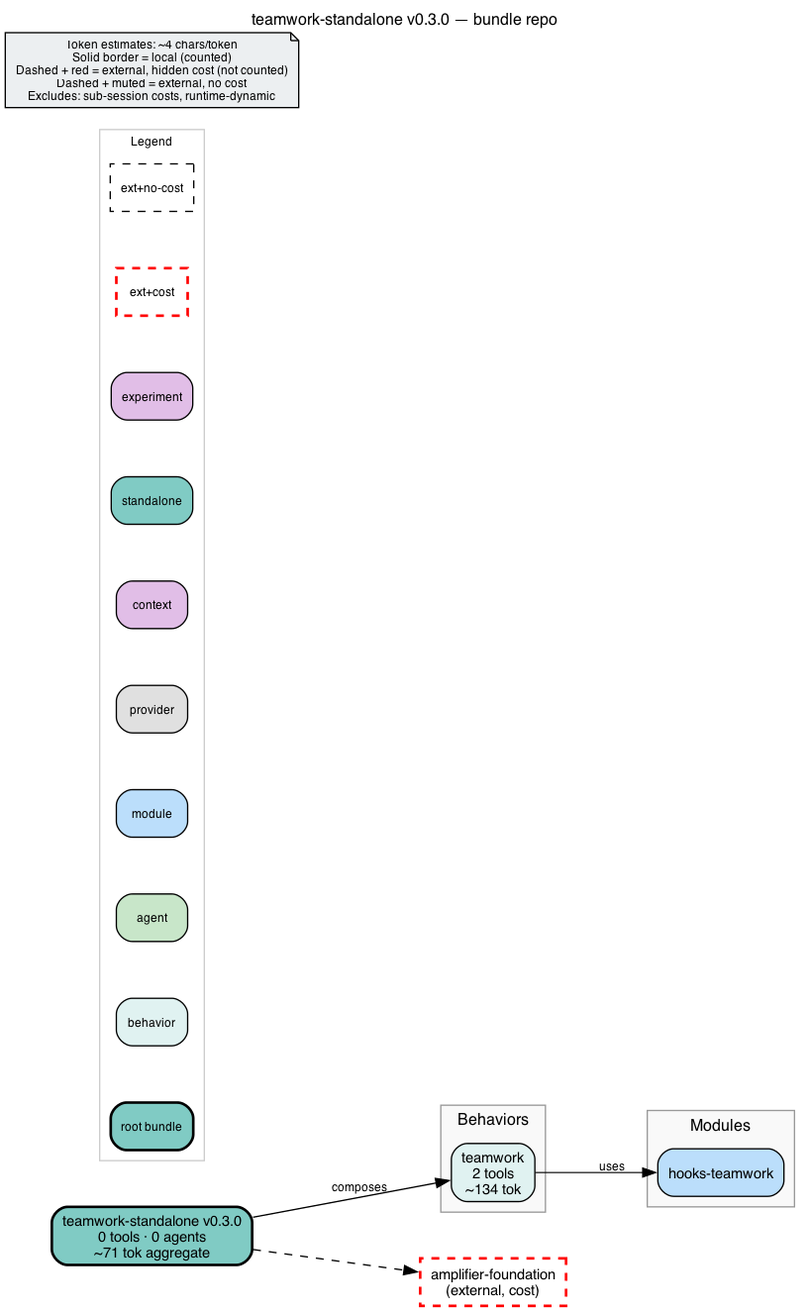
The Graphviz diagram bundle.png in michaeljabbour/amplifier-bundle-teamwork, before a commit. Its source is kept beside it as bundle.dot.
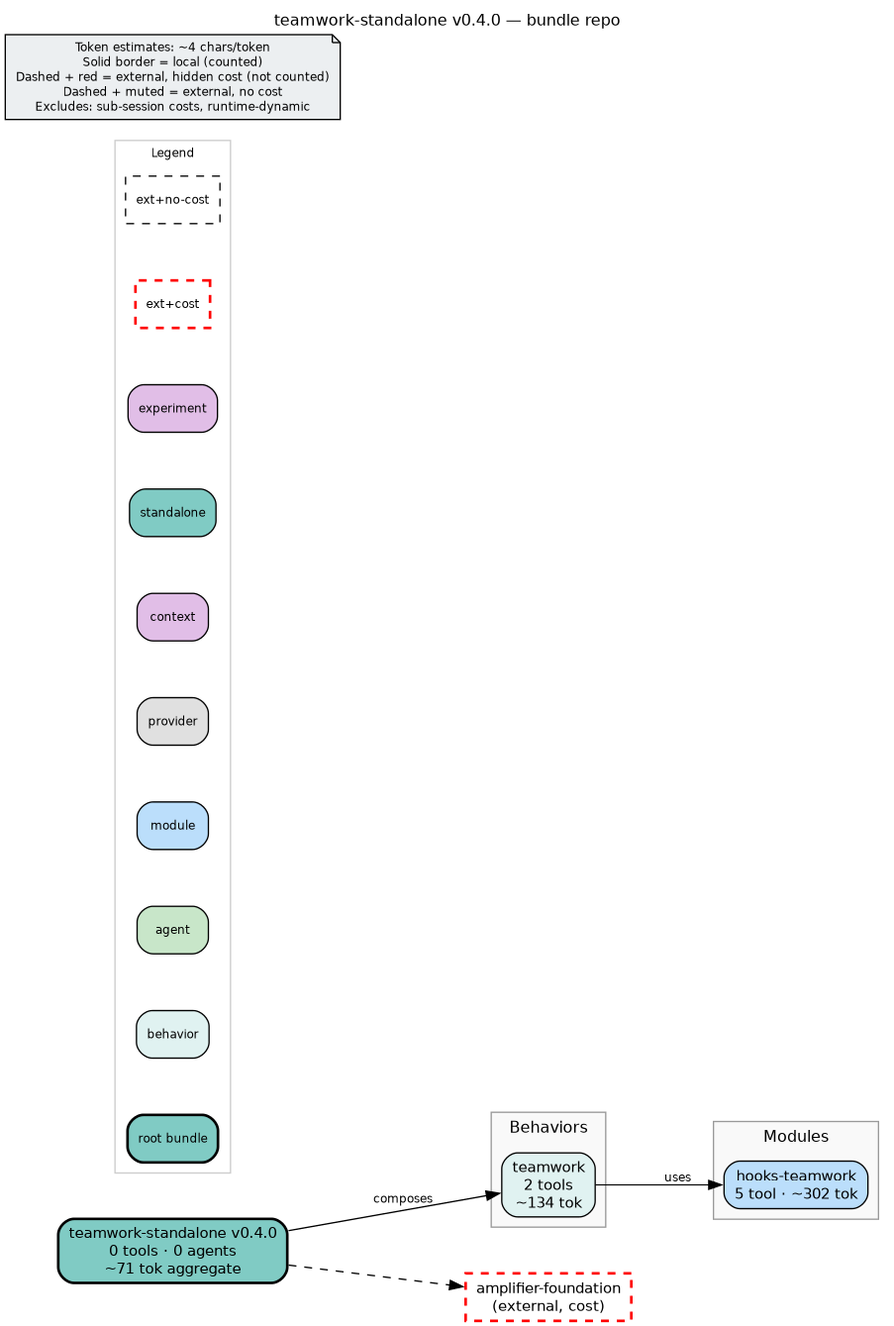
The same diagram one commit later.

What changed in the source:
```diff
@@ -2,18 +2,18 @@
     rankdir=LR
     fontname="Helvetica"
     fontsize=12
-    label="teamwork-standalone v0.3.0 — bundle repo"
+    label="teamwork-standalone v0.4.0 — bundle repo"
     labelloc=t
     labeljust=c
     nodesep=0.6
     ranksep=0.7
     bgcolor="white"
-    source_hash="924d3d3b1adaec8e16d0bb4909327b8821f710ef4117e92448934773bf1b78e9"
+    source_hash="30fb5d353524ac29c5bdc5ec9f74e894803983af7f8f5dc972e371d5d6945a7a"
 
     node [fontname="Helvetica", fontsize=11, style="filled,rounded"]
     edge [fontname="Helvetica", fontsize=9]
 
-    root_teamwork_standalone [label="teamwork-standalone v0.3.0\n0 tools · 0 agents\n~71 tok aggregate", shape=box, fillcolor="#80cbc4", style="filled,rounded,bold", penwidth=2]
+    root_teamwork_standalone [label="teamwork-standalone v0.4.0\n0 tools · 0 agents\n~71 tok aggregate", shape=box, fillcolor="#80cbc4", style="filled,rounded,bold", penwidth=2]
 
     subgraph cluster_behaviors {
         label="Behaviors"
@@ -30,7 +30,7 @@
         fillcolor="#f9f9f9"
         color="#999999"
 
-        mod_hooks_teamwork [label="hooks-teamwork", shape=box, fillcolor="#bbdefb", style="filled,rounded"]
+        mod_hooks_teamwork [label="hooks-teamwork\n5 tool · ~302 tok", shape=box, fillcolor="#bbdefb", style="filled,rounded"]
     }
 
     subgraph cluster_legend {
```
